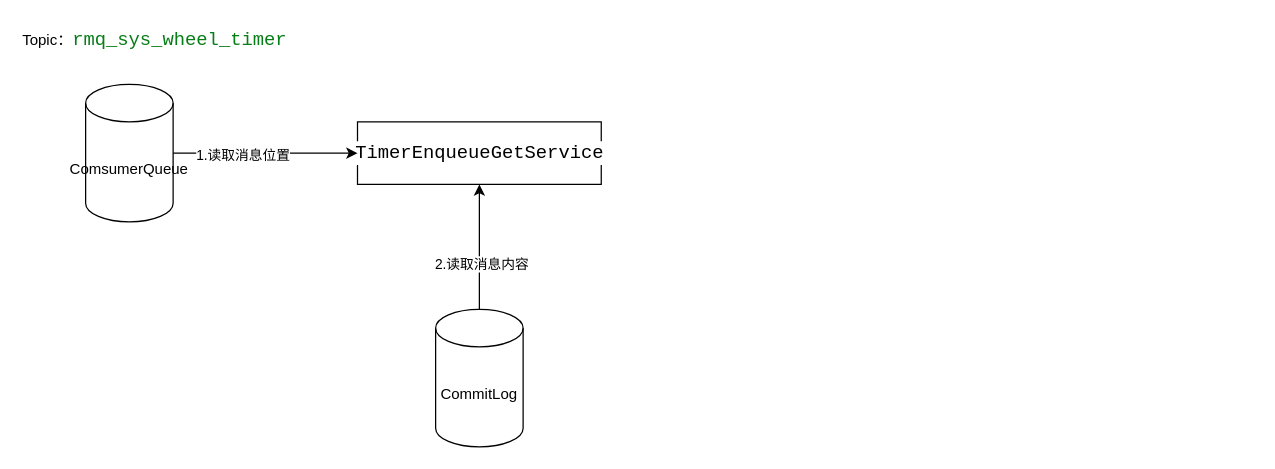
This is timerWheelMessage.drawio from chenjinkai/drawstorage, a draw.io file, before an edit. Source tidied: cells renumbered, new cells numbered last; positions are measured from the earlier drawing's top-left corner, leaving out a move shared by most shapes. Both pictures are drawn from the tidied source at 125%, with x=0, y=0 at pixel (22, 21).
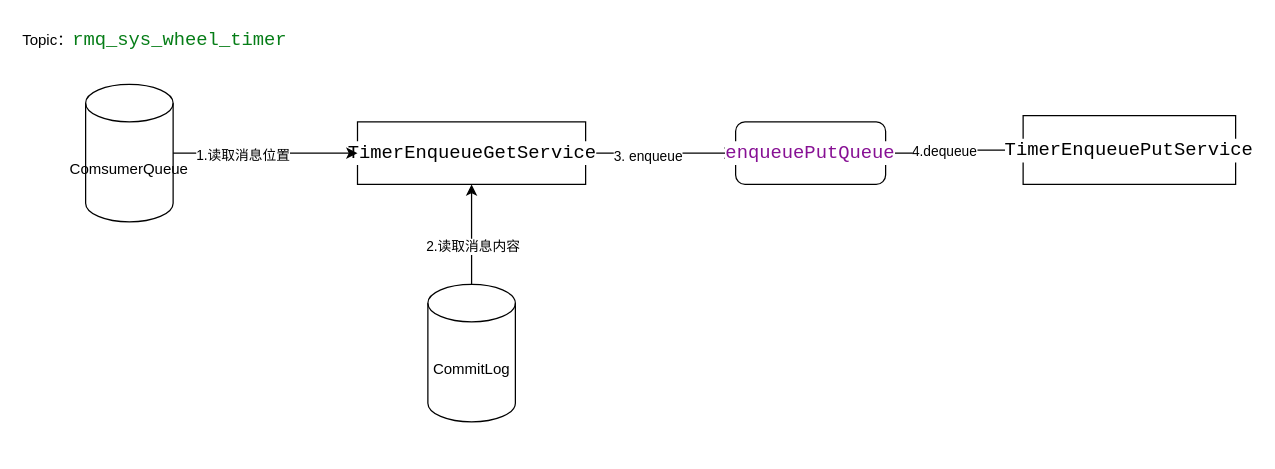
The same diagram, later.

The edit, as a diff of the source:
```diff
@@
 <mxGraphModel>
   <root>
     <mxCell id="0" />
     <mxCell id="1" parent="0" />
     <mxCell id="2" value="CommitLog" style="shape=cylinder3;whiteSpace=wrap;html=1;boundedLbl=1;backgroundOutline=1;size=15;" parent="1" vertex="1">
-      <mxGeometry x="330" y="230" width="70" height="110" as="geometry" />
+      <mxGeometry x="323.8" y="210" width="70" height="110" as="geometry" />
     </mxCell>
+    <mxCell id="10" style="edgeStyle=orthogonalEdgeStyle;rounded=0;jettySize=auto;html=1;" parent="1" edge="1" source="3" target="14">
+      <mxGeometry relative="1" as="geometry" />
+    </mxCell>
+    <mxCell id="11" value="3. enqueue" style="edgeLabel;html=1;align=center;verticalAlign=middle;" parent="10" vertex="1">
+      <mxGeometry x="-0.18" y="-2" relative="1" as="geometry" />
+    </mxCell>
     <mxCell id="3" value="&lt;div style=&quot;background-color:#ffffff;color:#080808&quot;&gt;&lt;pre style=&quot;font-family:'JetBrains Mono',monospace;font-size:11.3pt;&quot;&gt;&lt;span style=&quot;color:#000000;&quot;&gt;TimerEnqueueGetService&lt;/span&gt;&lt;/pre&gt;&lt;/div&gt;" style="rounded=0;whiteSpace=wrap;html=1;" parent="1" vertex="1">
-      <mxGeometry x="267.5" y="80" width="195" height="50" as="geometry" />
+      <mxGeometry x="267.5" y="80" width="182.5" height="50" as="geometry" />
     </mxCell>
     <mxCell id="4" style="endArrow=classic;html=1;rounded=0;entryX=0.5;entryY=1;entryDx=0;entryDy=0;" parent="1" edge="1" source="2" target="3">
       <mxGeometry relative="1" as="geometry" />
     </mxCell>
     <mxCell id="5" value="2.读取消息内容" style="edgeLabel;html=1;align=center;verticalAlign=middle;" parent="4" vertex="1">
       <mxGeometry x="-0.26" y="-1" relative="1" as="geometry" />
     </mxCell>
     <mxCell id="6" value="ComsumerQueue" style="shape=cylinder3;whiteSpace=wrap;html=1;boundedLbl=1;backgroundOutline=1;size=15;" parent="1" vertex="1">
       <mxGeometry x="50" y="50" width="70" height="110" as="geometry" />
     </mxCell>
     <mxCell id="7" style="endArrow=classic;html=1;rounded=0;exitX=1;exitY=0.5;exitDx=0;exitDy=0;exitPerimeter=0;entryX=0;entryY=0.5;entryDx=0;entryDy=0;" parent="1" edge="1" source="6" target="3">
       <mxGeometry relative="1" as="geometry" />
     </mxCell>
     <mxCell id="8" value="1.读取消息位置" style="edgeLabel;html=1;align=center;verticalAlign=middle;" parent="7" vertex="1">
       <mxGeometry x="-0.26" y="-1" relative="1" as="geometry" />
     </mxCell>
     <mxCell id="9" value="Topic：&lt;span style=&quot;color: rgb(6, 125, 23); font-family: &amp;quot;JetBrains Mono&amp;quot;, monospace; font-size: 11.3pt; background-color: rgb(255, 255, 255);&quot;&gt;rmq_sys_&lt;/span&gt;&lt;span style=&quot;color: rgb(6, 125, 23); font-family: &amp;quot;JetBrains Mono&amp;quot;, monospace; font-size: 11.3pt; background-color: rgb(255, 255, 255);&quot;&gt;wheel_timer&lt;/span&gt;" style="text;html=1;align=center;verticalAlign=middle;strokeColor=none;fillColor=none;" parent="1" vertex="1">
       <mxGeometry width="210" height="30" as="geometry" />
     </mxCell>
+    <mxCell id="12" style="edgeStyle=orthogonalEdgeStyle;rounded=0;jettySize=auto;html=1;" parent="1" edge="1" source="14" target="15">
+      <mxGeometry relative="1" as="geometry" />
+    </mxCell>
+    <mxCell id="13" value="4.dequeue" style="edgeLabel;html=1;align=center;verticalAlign=middle;" parent="12" vertex="1">
+      <mxGeometry x="-0.19" y="2" relative="1" as="geometry" />
+    </mxCell>
+    <mxCell id="14" value="&lt;div style=&quot;background-color:#ffffff;color:#080808&quot;&gt;&lt;pre style=&quot;font-family:'JetBrains Mono',monospace;font-size:11.3pt;&quot;&gt;&lt;span style=&quot;color:#871094;&quot;&gt;enqueuePutQueue&lt;/span&gt;&lt;/pre&gt;&lt;/div&gt;" style="rounded=1;whiteSpace=wrap;html=1;" parent="1" vertex="1">
+      <mxGeometry x="570" y="80" width="120" height="50" as="geometry" />
+    </mxCell>
+    <mxCell id="15" value="&lt;div style=&quot;background-color:#ffffff;color:#080808&quot;&gt;&lt;pre style=&quot;font-family:'JetBrains Mono',monospace;font-size:11.3pt;&quot;&gt;&lt;div&gt;&lt;pre style=&quot;font-family:'JetBrains Mono',monospace;font-size:11.3pt;&quot;&gt;&lt;span style=&quot;color:#000000;&quot;&gt;TimerEnqueuePutService&lt;/span&gt;&lt;/pre&gt;&lt;/div&gt;&lt;/pre&gt;&lt;/div&gt;" style="rounded=0;whiteSpace=wrap;html=1;" parent="1" vertex="1">
+      <mxGeometry x="800" y="75" width="170" height="55" as="geometry" />
+    </mxCell>
   </root>
 </mxGraphModel>
```
